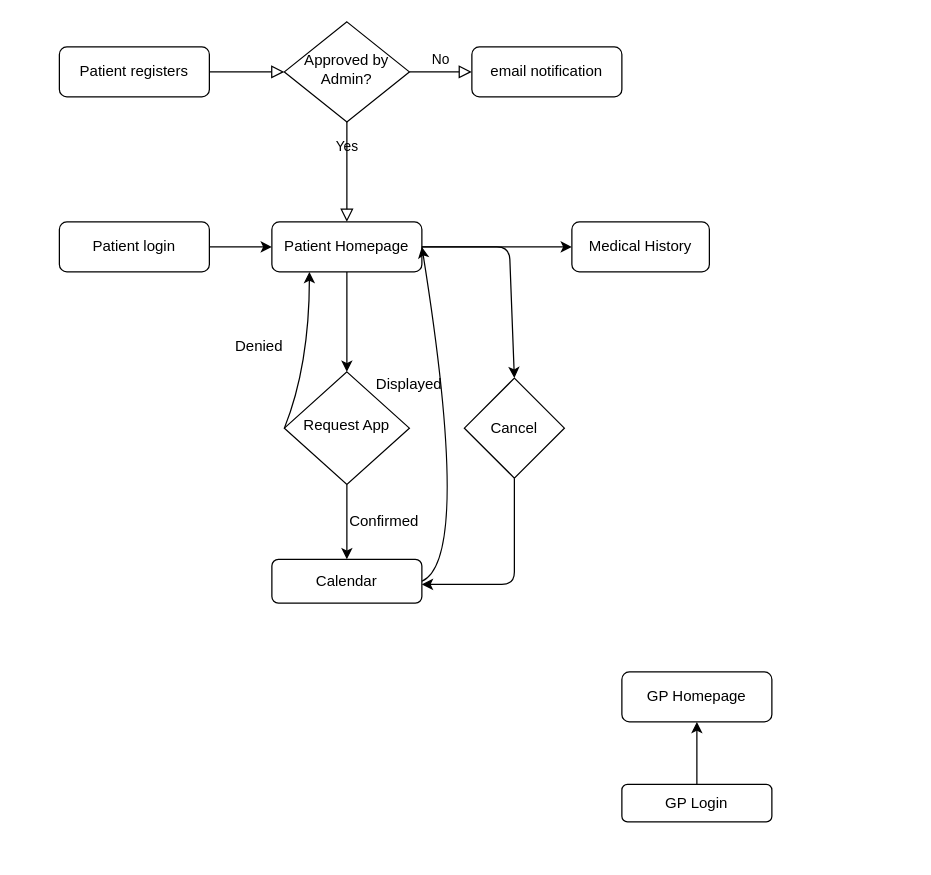
Above: coursework.drawio in willdonlan8/hello-world (draw.io), before the change. Source tidied: cells renumbered, new cells numbered last; positions are measured from the earlier drawing's top-left corner, leaving out a move shared by most shapes. Both pictures are drawn from the tidied source at 125%, with x=0, y=0 at pixel (59, 21).
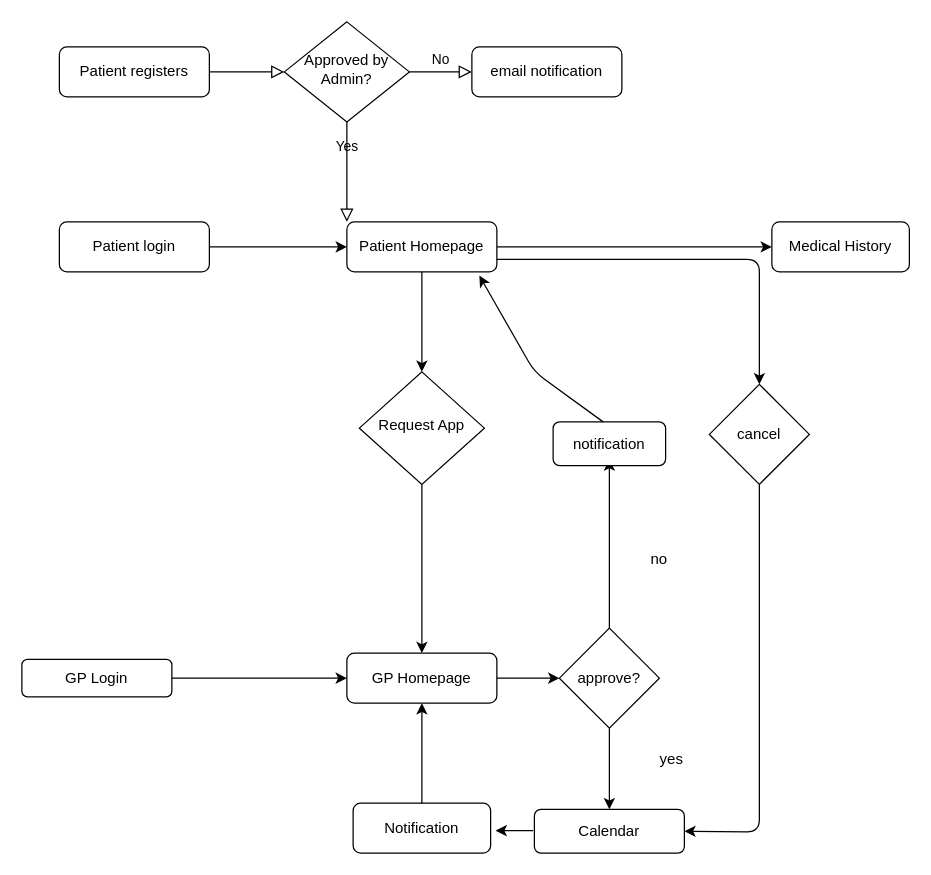
The same diagram, later.

What changed in the source:
```diff
@@
-    <mxCell id="8" value="Patient Homepage" style="rounded=1;whiteSpace=wrap;html=1;fontSize=12;glass=0;strokeWidth=1;shadow=0;" parent="1" vertex="1">
-      <mxGeometry x="170" y="160" width="120" height="40" as="geometry" />
-    </mxCell>
-    <mxCell id="9" style="endArrow=classic;html=1;exitX=0.5;exitY=1;exitDx=0;exitDy=0;" parent="1" edge="1" source="8">
-      <mxGeometry relative="1" as="geometry">
-        <mxPoint x="230" y="280" as="targetPoint" />
-      </mxGeometry>
+    <mxCell id="9" style="endArrow=classic;html=1;exitX=0.5;exitY=1;exitDx=0;exitDy=0;entryX=0.5;entryY=0;entryDx=0;entryDy=0;" parent="1" edge="1" source="8" target="10">
+      <mxGeometry relative="1" as="geometry" />
     </mxCell>
     <mxCell id="10" value="Request App" style="rhombus;whiteSpace=wrap;html=1;shadow=0;fontFamily=Helvetica;fontSize=12;align=center;strokeWidth=1;spacing=6;spacingTop=-4;" parent="1" vertex="1">
-      <mxGeometry x="180" y="280" width="100" height="90" as="geometry" />
+      <mxGeometry x="240" y="280" width="100" height="90" as="geometry" />
     </mxCell>
@@
-    <mxCell id="13" style="curved=1;endArrow=classic;html=1;exitX=0;exitY=0.5;exitDx=0;exitDy=0;entryX=0.25;entryY=1;entryDx=0;entryDy=0;" parent="1" edge="1" source="10" target="8">
-      <mxGeometry relative="1" as="geometry">
-        <Array as="points">
-          <mxPoint x="190" y="300" />
-          <mxPoint x="200" y="240" />
-        </Array>
-      </mxGeometry>
-    </mxCell>
     <mxCell id="14" value="Calendar" style="rounded=1;whiteSpace=wrap;html=1;" parent="1" vertex="1">
-      <mxGeometry x="170" y="430" width="120" height="35" as="geometry" />
+      <mxGeometry x="380" y="630" width="120" height="35" as="geometry" />
     </mxCell>
-    <mxCell id="15" style="endArrow=classic;html=1;exitX=0.5;exitY=1;exitDx=0;exitDy=0;entryX=0.5;entryY=0;entryDx=0;entryDy=0;" parent="1" edge="1" source="10" target="14">
-      <mxGeometry relative="1" as="geometry" />
-    </mxCell>
-    <mxCell id="16" value="Denied" style="text;html=1;strokeColor=none;fillColor=none;align=center;verticalAlign=middle;whiteSpace=wrap;rounded=0;" parent="1" vertex="1">
-      <mxGeometry x="140" y="250" width="40" height="20" as="geometry" />
-    </mxCell>
-    <mxCell id="17" value="Confirmed" style="text;html=1;strokeColor=none;fillColor=none;align=center;verticalAlign=middle;whiteSpace=wrap;rounded=0;" parent="1" vertex="1">
-      <mxGeometry x="240" y="390" width="40" height="20" as="geometry" />
-    </mxCell>
-    <mxCell id="18" style="curved=1;endArrow=classic;html=1;exitX=1;exitY=0.5;exitDx=0;exitDy=0;entryX=1;entryY=0.5;entryDx=0;entryDy=0;" parent="1" edge="1" source="14" target="8">
-      <mxGeometry relative="1" as="geometry">
-        <Array as="points">
-          <mxPoint x="330" y="430" />
-        </Array>
-      </mxGeometry>
-    </mxCell>
-    <mxCell id="19" value="Displayed" style="text;html=1;strokeColor=none;fillColor=none;align=center;verticalAlign=middle;whiteSpace=wrap;rounded=0;" parent="1" vertex="1">
-      <mxGeometry x="260" y="280" width="40" height="20" as="geometry" />
-    </mxCell>
-    <mxCell id="20" value="Cancel" style="rhombus;whiteSpace=wrap;html=1;" parent="1" vertex="1">
-      <mxGeometry x="324" y="285" width="80" height="80" as="geometry" />
-    </mxCell>
-    <mxCell id="21" style="endArrow=classic;html=1;entryX=0.5;entryY=0;entryDx=0;entryDy=0;" parent="1" edge="1" target="20">
-      <mxGeometry relative="1" as="geometry">
-        <mxPoint x="290" y="180" as="sourcePoint" />
-        <Array as="points">
-          <mxPoint x="360" y="180" />
-        </Array>
-      </mxGeometry>
-    </mxCell>
-    <mxCell id="22" style="endArrow=classic;html=1;exitX=0.5;exitY=1;exitDx=0;exitDy=0;" parent="1" edge="1" source="20">
-      <mxGeometry relative="1" as="geometry">
-        <mxPoint x="290" y="450" as="targetPoint" />
-        <Array as="points">
-          <mxPoint x="364" y="450" />
-        </Array>
-      </mxGeometry>
-    </mxCell>
-    <mxCell id="23" style="endArrow=classic;html=1;" parent="1" edge="1">
-      <mxGeometry relative="1" as="geometry">
-        <mxPoint x="290" y="180" as="sourcePoint" />
-        <mxPoint x="410" y="180" as="targetPoint" />
-      </mxGeometry>
+    <mxCell id="23" style="endArrow=classic;html=1;entryX=0;entryY=0.5;entryDx=0;entryDy=0;" parent="1" edge="1" source="8" target="24">
+      <mxGeometry relative="1" as="geometry" />
     </mxCell>
     <mxCell id="24" value="Medical History" style="rounded=1;whiteSpace=wrap;html=1;" parent="1" vertex="1">
-      <mxGeometry x="410" y="160" width="110" height="40" as="geometry" />
+      <mxGeometry x="570" y="160" width="110" height="40" as="geometry" />
     </mxCell>
     <mxCell id="25" value="GP Homepage" style="rounded=1;whiteSpace=wrap;html=1;" parent="1" vertex="1">
-      <mxGeometry x="450" y="520" width="120" height="40" as="geometry" />
+      <mxGeometry x="230" y="505" width="120" height="40" as="geometry" />
     </mxCell>
     <mxCell id="26" value="GP Login" style="rounded=1;whiteSpace=wrap;html=1;" parent="1" vertex="1">
-      <mxGeometry x="450" y="610" width="120" height="30" as="geometry" />
+      <mxGeometry x="-30" y="510" width="120" height="30" as="geometry" />
     </mxCell>
-    <mxCell id="27" style="endArrow=classic;html=1;entryX=0.5;entryY=1;entryDx=0;entryDy=0;" parent="1" edge="1" source="26" target="25">
+    <mxCell id="27" style="endArrow=classic;html=1;entryX=0;entryY=0.5;entryDx=0;entryDy=0;" parent="1" edge="1" source="26" target="25">
       <mxGeometry relative="1" as="geometry" />
     </mxCell>
+    <mxCell id="28" value="approve?" style="rhombus;whiteSpace=wrap;html=1;" parent="1" vertex="1">
+      <mxGeometry x="400" y="485" width="80" height="80" as="geometry" />
+    </mxCell>
+    <mxCell id="29" style="endArrow=classic;html=1;exitX=0.5;exitY=1;exitDx=0;exitDy=0;" parent="1" edge="1" source="10" target="25">
+      <mxGeometry relative="1" as="geometry" />
+    </mxCell>
+    <mxCell id="30" style="endArrow=classic;html=1;exitX=1;exitY=0.5;exitDx=0;exitDy=0;entryX=0;entryY=0.5;entryDx=0;entryDy=0;" parent="1" edge="1" source="25" target="28">
+      <mxGeometry relative="1" as="geometry" />
+    </mxCell>
+    <mxCell id="31" style="endArrow=classic;html=1;exitX=0.5;exitY=1;exitDx=0;exitDy=0;entryX=0.5;entryY=0;entryDx=0;entryDy=0;" parent="1" edge="1" source="28" target="14">
+      <mxGeometry relative="1" as="geometry" />
+    </mxCell>
+    <mxCell id="8" value="Patient Homepage" style="rounded=1;whiteSpace=wrap;html=1;fontSize=12;glass=0;strokeWidth=1;shadow=0;" parent="1" vertex="1">
+      <mxGeometry x="230" y="160" width="120" height="40" as="geometry" />
+    </mxCell>
+    <mxCell id="32" value="yes" style="text;html=1;strokeColor=none;fillColor=none;align=center;verticalAlign=middle;whiteSpace=wrap;rounded=0;" parent="1" vertex="1">
+      <mxGeometry x="470" y="580" width="40" height="20" as="geometry" />
+    </mxCell>
+    <mxCell id="33" style="endArrow=classic;html=1;exitX=0.5;exitY=0;exitDx=0;exitDy=0;" parent="1" edge="1" source="28">
+      <mxGeometry relative="1" as="geometry">
+        <mxPoint x="440" y="350" as="targetPoint" />
+        <Array as="points">
+          <mxPoint x="440" y="420" />
+        </Array>
+      </mxGeometry>
+    </mxCell>
+    <mxCell id="34" value="notification" style="rounded=1;whiteSpace=wrap;html=1;" parent="1" vertex="1">
+      <mxGeometry x="395" y="320" width="90" height="35" as="geometry" />
+    </mxCell>
+    <mxCell id="35" value="no" style="text;html=1;strokeColor=none;fillColor=none;align=center;verticalAlign=middle;whiteSpace=wrap;rounded=0;" parent="1" vertex="1">
+      <mxGeometry x="460" y="420" width="40" height="20" as="geometry" />
+    </mxCell>
+    <mxCell id="36" style="endArrow=classic;html=1;entryX=0.883;entryY=1.075;entryDx=0;entryDy=0;entryPerimeter=0;" parent="1" edge="1" target="8">
+      <mxGeometry relative="1" as="geometry">
+        <mxPoint x="435" y="320" as="sourcePoint" />
+        <Array as="points">
+          <mxPoint x="380" y="280" />
+        </Array>
+      </mxGeometry>
+    </mxCell>
+    <mxCell id="37" value="cancel" style="rhombus;whiteSpace=wrap;html=1;" parent="1" vertex="1">
+      <mxGeometry x="520" y="290" width="80" height="80" as="geometry" />
+    </mxCell>
+    <mxCell id="38" style="endArrow=classic;html=1;exitX=1;exitY=0.75;exitDx=0;exitDy=0;entryX=0.5;entryY=0;entryDx=0;entryDy=0;" parent="1" edge="1" source="8" target="37">
+      <mxGeometry relative="1" as="geometry">
+        <Array as="points">
+          <mxPoint x="560" y="190" />
+        </Array>
+      </mxGeometry>
+    </mxCell>
+    <mxCell id="39" style="endArrow=classic;html=1;exitX=0.5;exitY=1;exitDx=0;exitDy=0;entryX=1;entryY=0.5;entryDx=0;entryDy=0;" parent="1" edge="1" source="37" target="14">
+      <mxGeometry relative="1" as="geometry">
+        <Array as="points">
+          <mxPoint x="560" y="648" />
+        </Array>
+      </mxGeometry>
+    </mxCell>
+    <mxCell id="40" value="Notification" style="rounded=1;whiteSpace=wrap;html=1;" parent="1" vertex="1">
+      <mxGeometry x="235" y="625" width="110" height="40" as="geometry" />
+    </mxCell>
+    <mxCell id="41" style="endArrow=classic;html=1;" parent="1" edge="1">
+      <mxGeometry relative="1" as="geometry">
+        <mxPoint x="379" y="647" as="sourcePoint" />
+        <mxPoint x="349" y="647" as="targetPoint" />
+        <Array as="points">
+          <mxPoint x="369" y="647" />
+        </Array>
+      </mxGeometry>
+    </mxCell>
+    <mxCell id="42" style="endArrow=classic;html=1;entryX=0.5;entryY=1;entryDx=0;entryDy=0;" parent="1" edge="1" target="25">
+      <mxGeometry relative="1" as="geometry">
+        <mxPoint x="290" y="625" as="sourcePoint" />
+      </mxGeometry>
+    </mxCell>
```
